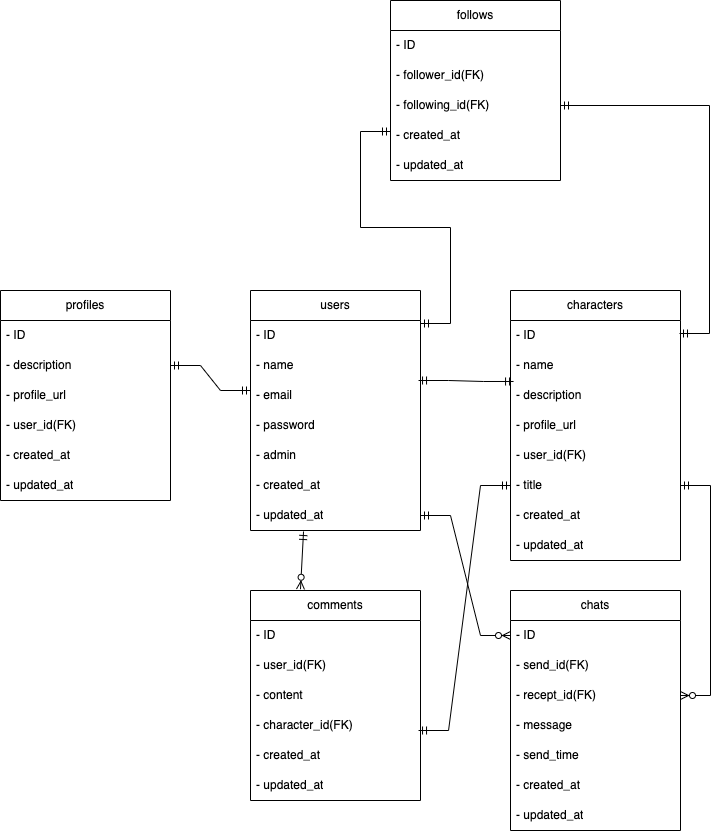
Earlier version of the draw.io export er.png (kazuhikochikae/original). Source tidied: cells renumbered, new cells last; positions are measured from the earlier drawing's top-left corner, leaving out a move shared by most shapes.
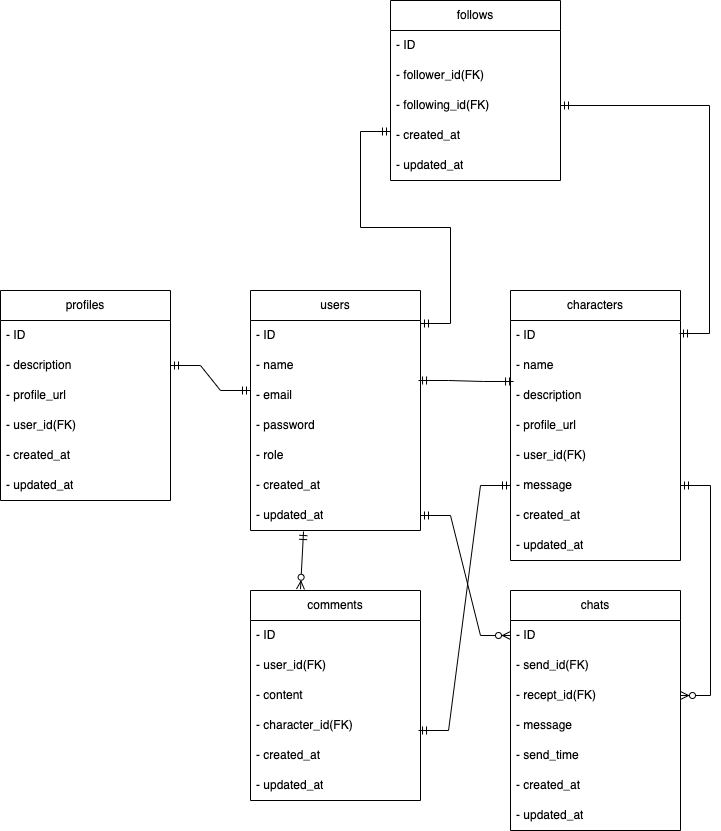
The same diagram one commit later.

The edit, as a diff of the source:
```diff
@@ -17,7 +17,7 @@
     <mxCell id="6" value="- password" style="text;strokeColor=none;fillColor=none;align=left;verticalAlign=middle;spacingLeft=4;spacingRight=4;overflow=hidden;whiteSpace=wrap;html=1;" parent="2" vertex="1">
       <mxGeometry y="120" width="170" height="30" as="geometry" />
     </mxCell>
-    <mxCell id="7" value="- admin" style="text;strokeColor=none;fillColor=none;align=left;verticalAlign=middle;spacingLeft=4;spacingRight=4;overflow=hidden;whiteSpace=wrap;html=1;" parent="2" vertex="1">
+    <mxCell id="7" value="- role" style="text;strokeColor=none;fillColor=none;align=left;verticalAlign=middle;spacingLeft=4;spacingRight=4;overflow=hidden;whiteSpace=wrap;html=1;" parent="2" vertex="1">
       <mxGeometry y="150" width="170" height="30" as="geometry" />
     </mxCell>
     <mxCell id="8" value="- created_at" style="text;strokeColor=none;fillColor=none;align=left;verticalAlign=middle;spacingLeft=4;spacingRight=4;overflow=hidden;whiteSpace=wrap;html=1;" parent="2" vertex="1">
@@ -65,7 +65,7 @@
     <mxCell id="22" value="-&amp;nbsp;user_id(FK)" style="text;strokeColor=none;fillColor=none;align=left;verticalAlign=middle;spacingLeft=4;spacingRight=4;overflow=hidden;whiteSpace=wrap;html=1;" parent="17" vertex="1">
       <mxGeometry y="150" width="170" height="30" as="geometry" />
     </mxCell>
-    <mxCell id="23" value="-&amp;nbsp;title" style="text;strokeColor=none;fillColor=none;align=left;verticalAlign=middle;spacingLeft=4;spacingRight=4;overflow=hidden;whiteSpace=wrap;html=1;" parent="17" vertex="1">
+    <mxCell id="23" value="-&amp;nbsp;message" style="text;strokeColor=none;fillColor=none;align=left;verticalAlign=middle;spacingLeft=4;spacingRight=4;overflow=hidden;whiteSpace=wrap;html=1;" parent="17" vertex="1">
       <mxGeometry y="180" width="170" height="30" as="geometry" />
     </mxCell>
     <mxCell id="24" value="- created_at" style="text;strokeColor=none;fillColor=none;align=left;verticalAlign=middle;spacingLeft=4;spacingRight=4;overflow=hidden;whiteSpace=wrap;html=1;" parent="17" vertex="1">
```
